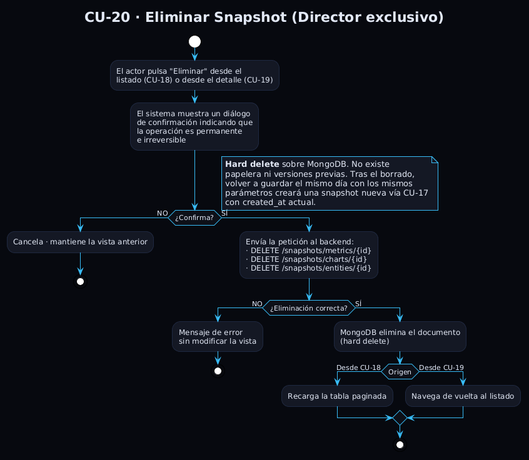
This is Estudiantes/cesar-garcia-eguiguren/Capítulo-2/imagenes/CdU/flujoCU20.png from ceesargaarcia/GII-TFG-2026, a PlantUML export, as it was before one commit.
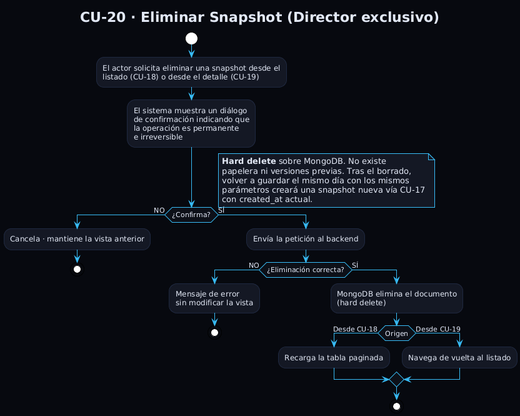
After the commit.

The edit, as a diff of the source:
```diff
@@ -13,7 +13,7 @@
 title CU-20 · Eliminar Snapshot (Director exclusivo)
 
 start
-:El actor pulsa "Eliminar" desde el
+:El actor solicita eliminar una snapshot desde el
 listado (CU-18) o desde el detalle (CU-19);
 
 :El sistema muestra un diálogo
@@ -25,10 +25,7 @@
   :Cancela · mantiene la vista anterior;
   stop
 else (SÍ)
-  :Envía la petición al backend:
-  · DELETE /snapshots/metrics/{id}
-  · DELETE /snapshots/charts/{id}
-  · DELETE /snapshots/entities/{id};
+  :Envía la petición al backend;
 
   if (¿Eliminación correcta?) then (NO)
     :Mensaje de error
```
